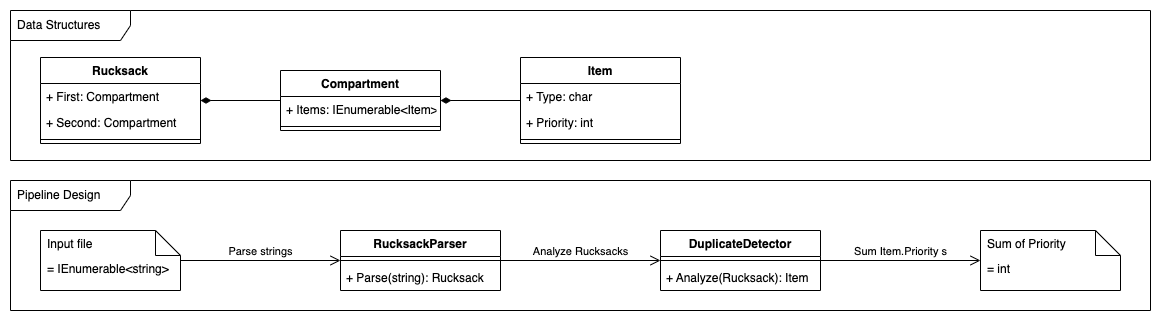
Earlier version of the draw.io export Day03RucksackReorganization/design.drawio.png (wonderbirds-katas/AdventOfCode2022). Source tidied: cells renumbered, new cells last; positions are measured from the earlier drawing's top-left corner, leaving out a move shared by most shapes. The source it was exported from:
```xml
<mxGraphModel>
  <root>
    <mxCell id="0" />
    <mxCell id="1" parent="0" />
    <mxCell id="2" style="rounded=0;whiteSpace=wrap;html=1;fillStyle=auto;strokeColor=none;" parent="1" vertex="1">
      <mxGeometry width="1160" height="320" as="geometry" />
    </mxCell>
    <mxCell id="3" value="Data Structures" style="shape=umlFrame;whiteSpace=wrap;html=1;width=120;height=30;boundedLbl=1;verticalAlign=middle;align=left;spacingLeft=5;fillStyle=auto;" parent="1" vertex="1">
      <mxGeometry x="10" y="10" width="1140" height="150" as="geometry" />
    </mxCell>
    <mxCell id="4" value="Rucksack" style="swimlane;fontStyle=1;align=center;verticalAlign=top;horizontal=1;startSize=26;" parent="1" vertex="1">
      <mxGeometry x="40" y="57" width="160" height="86" as="geometry" />
    </mxCell>
    <mxCell id="5" value="+ First: Compartment" style="text;strokeColor=none;fillColor=none;align=left;verticalAlign=top;spacingLeft=4;spacingRight=4;overflow=hidden;" parent="4" vertex="1">
      <mxGeometry y="26" width="160" height="26" as="geometry" />
    </mxCell>
    <mxCell id="6" value="+ Second: Compartment" style="text;strokeColor=none;fillColor=none;align=left;verticalAlign=top;spacingLeft=4;spacingRight=4;overflow=hidden;" parent="4" vertex="1">
      <mxGeometry y="52" width="160" height="26" as="geometry" />
    </mxCell>
    <mxCell id="7" style="line;strokeWidth=1;fillColor=none;align=left;verticalAlign=middle;spacingTop=-1;spacingLeft=3;spacingRight=3;labelPosition=right;strokeColor=inherit;" parent="4" vertex="1">
      <mxGeometry y="78" width="160" height="8" as="geometry" />
    </mxCell>
    <mxCell id="8" value="Compartment" style="swimlane;fontStyle=1;align=center;verticalAlign=top;horizontal=1;startSize=26;" parent="1" vertex="1">
      <mxGeometry x="280" y="70" width="160" height="60" as="geometry" />
    </mxCell>
    <mxCell id="9" value="+ Items: IEnumerable&lt;Item&gt;" style="text;strokeColor=none;fillColor=none;align=left;verticalAlign=top;spacingLeft=4;spacingRight=4;overflow=hidden;" parent="8" vertex="1">
      <mxGeometry y="26" width="160" height="26" as="geometry" />
    </mxCell>
    <mxCell id="10" style="line;strokeWidth=1;fillColor=none;align=left;verticalAlign=middle;spacingTop=-1;spacingLeft=3;spacingRight=3;labelPosition=right;strokeColor=inherit;" parent="8" vertex="1">
      <mxGeometry y="52" width="160" height="8" as="geometry" />
    </mxCell>
    <mxCell id="11" style="endArrow=none;startArrow=diamondThin;endFill=0;startFill=1;html=1;verticalAlign=bottom;labelBackgroundColor=none;strokeWidth=1;startSize=8;endSize=8;rounded=0;" parent="1" edge="1" source="4" target="8">
      <mxGeometry relative="1" as="geometry" />
    </mxCell>
    <mxCell id="12" value="Item" style="swimlane;fontStyle=1;align=center;verticalAlign=top;horizontal=1;startSize=26;" parent="1" vertex="1">
      <mxGeometry x="520" y="57" width="160" height="86" as="geometry" />
    </mxCell>
    <mxCell id="13" value="+ Type: char" style="text;strokeColor=none;fillColor=none;align=left;verticalAlign=top;spacingLeft=4;spacingRight=4;overflow=hidden;" parent="12" vertex="1">
      <mxGeometry y="26" width="160" height="26" as="geometry" />
    </mxCell>
    <mxCell id="14" value="+ Priority: int" style="text;strokeColor=none;fillColor=none;align=left;verticalAlign=top;spacingLeft=4;spacingRight=4;overflow=hidden;" parent="12" vertex="1">
      <mxGeometry y="52" width="160" height="26" as="geometry" />
    </mxCell>
    <mxCell id="15" style="line;strokeWidth=1;fillColor=none;align=left;verticalAlign=middle;spacingTop=-1;spacingLeft=3;spacingRight=3;labelPosition=right;strokeColor=inherit;" parent="12" vertex="1">
      <mxGeometry y="78" width="160" height="8" as="geometry" />
    </mxCell>
    <mxCell id="16" style="endArrow=none;startArrow=diamondThin;endFill=0;startFill=1;html=1;verticalAlign=bottom;labelBackgroundColor=none;strokeWidth=1;startSize=8;endSize=8;rounded=0;" parent="1" edge="1" source="8" target="12">
      <mxGeometry relative="1" as="geometry" />
    </mxCell>
    <mxCell id="17" value="RucksackParser" style="swimlane;fontStyle=1;align=center;verticalAlign=top;horizontal=1;startSize=26;" parent="1" vertex="1">
      <mxGeometry x="340" y="230" width="160" height="60" as="geometry" />
    </mxCell>
    <mxCell id="18" style="line;strokeWidth=1;fillColor=none;align=left;verticalAlign=middle;spacingTop=-1;spacingLeft=3;spacingRight=3;labelPosition=right;strokeColor=inherit;" parent="17" vertex="1">
      <mxGeometry y="26" width="160" height="8" as="geometry" />
    </mxCell>
    <mxCell id="19" value="+ Parse(string): Rucksack" style="text;strokeColor=none;fillColor=none;align=left;verticalAlign=top;spacingLeft=4;spacingRight=4;overflow=hidden;" parent="17" vertex="1">
      <mxGeometry y="34" width="160" height="26" as="geometry" />
    </mxCell>
    <mxCell id="20" value="= IEnumerable&amp;lt;string&amp;gt;" style="shape=note2;boundedLbl=1;whiteSpace=wrap;html=1;size=25;verticalAlign=top;align=left;spacingLeft=5;" parent="1" vertex="1">
      <mxGeometry x="40" y="230" width="140" height="60" as="geometry" />
    </mxCell>
    <mxCell id="21" value="Input file" style="strokeColor=none;fillColor=none;align=left;spacingLeft=5;" parent="20" vertex="1">
      <mxGeometry width="140" height="25" relative="1" as="geometry" />
    </mxCell>
    <mxCell id="22" value="Parse strings" style="endArrow=open;startArrow=none;endFill=0;startFill=0;endSize=8;html=1;verticalAlign=bottom;labelBackgroundColor=none;strokeWidth=1;rounded=0;" parent="1" edge="1" source="20" target="17">
      <mxGeometry relative="1" as="geometry" />
    </mxCell>
    <mxCell id="23" value="DuplicateDetector" style="swimlane;fontStyle=1;align=center;verticalAlign=top;horizontal=1;startSize=26;" parent="1" vertex="1">
      <mxGeometry x="660" y="230" width="160" height="60" as="geometry" />
    </mxCell>
    <mxCell id="24" style="line;strokeWidth=1;fillColor=none;align=left;verticalAlign=middle;spacingTop=-1;spacingLeft=3;spacingRight=3;labelPosition=right;strokeColor=inherit;" parent="23" vertex="1">
      <mxGeometry y="26" width="160" height="8" as="geometry" />
    </mxCell>
    <mxCell id="25" value="+ Analyze(Rucksack): Item" style="text;strokeColor=none;fillColor=none;align=left;verticalAlign=top;spacingLeft=4;spacingRight=4;overflow=hidden;" parent="23" vertex="1">
      <mxGeometry y="34" width="160" height="26" as="geometry" />
    </mxCell>
    <mxCell id="26" value="Analyze Rucksacks" style="endArrow=open;startArrow=none;endFill=0;startFill=0;endSize=8;html=1;verticalAlign=bottom;labelBackgroundColor=none;strokeWidth=1;rounded=0;" parent="1" edge="1" source="17" target="23">
      <mxGeometry relative="1" as="geometry" />
    </mxCell>
    <mxCell id="27" value="Sum Item.Priority s" style="endArrow=open;startArrow=none;endFill=0;startFill=0;endSize=8;html=1;verticalAlign=bottom;labelBackgroundColor=none;strokeWidth=1;rounded=0;" parent="1" edge="1" source="23" target="29">
      <mxGeometry relative="1" as="geometry" />
    </mxCell>
    <mxCell id="28" value="Pipeline Design" style="shape=umlFrame;whiteSpace=wrap;html=1;width=120;height=30;boundedLbl=1;verticalAlign=middle;align=left;spacingLeft=5;fillStyle=auto;" parent="1" vertex="1">
      <mxGeometry x="10" y="180" width="1140" height="130" as="geometry" />
    </mxCell>
    <mxCell id="29" value="= int" style="shape=note2;boundedLbl=1;whiteSpace=wrap;html=1;size=25;verticalAlign=top;align=left;spacingLeft=5;" parent="1" vertex="1">
      <mxGeometry x="980" y="230" width="140" height="60" as="geometry" />
    </mxCell>
    <mxCell id="30" value="Sum of Priority" style="strokeColor=none;fillColor=none;align=left;spacingLeft=5;" parent="29" vertex="1">
      <mxGeometry width="140" height="25" relative="1" as="geometry" />
    </mxCell>
  </root>
</mxGraphModel>
```
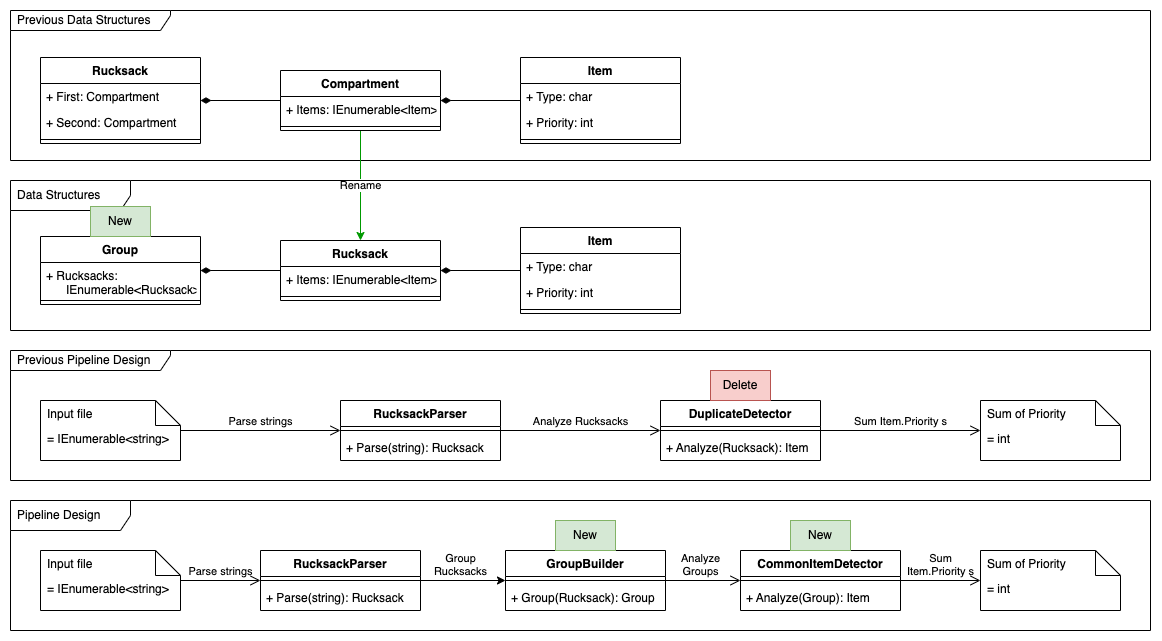
Later version of the same file.

Commit message:
docs: update design diagram

The edit, as a diff of the source:
```diff
@@ -3,11 +3,17 @@
     <mxCell id="0" />
     <mxCell id="1" parent="0" />
     <mxCell id="2" style="rounded=0;whiteSpace=wrap;html=1;fillStyle=auto;strokeColor=none;" parent="1" vertex="1">
-      <mxGeometry width="1160" height="320" as="geometry" />
+      <mxGeometry width="1160" height="640" as="geometry" />
     </mxCell>
-    <mxCell id="3" value="Data Structures" style="shape=umlFrame;whiteSpace=wrap;html=1;width=120;height=30;boundedLbl=1;verticalAlign=middle;align=left;spacingLeft=5;fillStyle=auto;" parent="1" vertex="1">
+    <mxCell id="3" value="Previous Data Structures" style="shape=umlFrame;whiteSpace=wrap;html=1;width=160;height=20;boundedLbl=1;verticalAlign=middle;align=left;spacingLeft=5;fillStyle=auto;" parent="1" vertex="1">
       <mxGeometry x="10" y="10" width="1140" height="150" as="geometry" />
     </mxCell>
+    <mxCell id="28" value="Previous Pipeline Design" style="shape=umlFrame;whiteSpace=wrap;html=1;width=160;height=20;boundedLbl=1;verticalAlign=middle;align=left;spacingLeft=5;fillStyle=auto;" parent="1" vertex="1">
+      <mxGeometry x="10" y="350" width="1140" height="130" as="geometry" />
+    </mxCell>
+    <mxCell id="31" value="Pipeline Design" style="shape=umlFrame;whiteSpace=wrap;html=1;width=120;height=30;boundedLbl=1;verticalAlign=middle;align=left;spacingLeft=5;fillStyle=auto;" parent="1" vertex="1">
+      <mxGeometry x="10" y="500" width="1140" height="130" as="geometry" />
+    </mxCell>
     <mxCell id="4" value="Rucksack" style="swimlane;fontStyle=1;align=center;verticalAlign=top;horizontal=1;startSize=26;" parent="1" vertex="1">
       <mxGeometry x="40" y="57" width="160" height="86" as="geometry" />
     </mxCell>
@@ -20,6 +26,9 @@
     <mxCell id="7" style="line;strokeWidth=1;fillColor=none;align=left;verticalAlign=middle;spacingTop=-1;spacingLeft=3;spacingRight=3;labelPosition=right;strokeColor=inherit;" parent="4" vertex="1">
       <mxGeometry y="78" width="160" height="8" as="geometry" />
     </mxCell>
+    <mxCell id="32" value="Rename" style="edgeStyle=none;rounded=0;jettySize=auto;html=1;strokeColor=#009900;" parent="1" edge="1" source="8" target="54">
+      <mxGeometry relative="1" as="geometry" />
+    </mxCell>
     <mxCell id="8" value="Compartment" style="swimlane;fontStyle=1;align=center;verticalAlign=top;horizontal=1;startSize=26;" parent="1" vertex="1">
       <mxGeometry x="280" y="70" width="160" height="60" as="geometry" />
     </mxCell>
@@ -48,7 +57,7 @@
       <mxGeometry relative="1" as="geometry" />
     </mxCell>
     <mxCell id="17" value="RucksackParser" style="swimlane;fontStyle=1;align=center;verticalAlign=top;horizontal=1;startSize=26;" parent="1" vertex="1">
-      <mxGeometry x="340" y="230" width="160" height="60" as="geometry" />
+      <mxGeometry x="340" y="400" width="160" height="60" as="geometry" />
     </mxCell>
     <mxCell id="18" style="line;strokeWidth=1;fillColor=none;align=left;verticalAlign=middle;spacingTop=-1;spacingLeft=3;spacingRight=3;labelPosition=right;strokeColor=inherit;" parent="17" vertex="1">
       <mxGeometry y="26" width="160" height="8" as="geometry" />
@@ -57,7 +66,7 @@
       <mxGeometry y="34" width="160" height="26" as="geometry" />
     </mxCell>
     <mxCell id="20" value="= IEnumerable&amp;lt;string&amp;gt;" style="shape=note2;boundedLbl=1;whiteSpace=wrap;html=1;size=25;verticalAlign=top;align=left;spacingLeft=5;" parent="1" vertex="1">
-      <mxGeometry x="40" y="230" width="140" height="60" as="geometry" />
+      <mxGeometry x="40" y="400" width="140" height="60" as="geometry" />
     </mxCell>
     <mxCell id="21" value="Input file" style="strokeColor=none;fillColor=none;align=left;spacingLeft=5;" parent="20" vertex="1">
       <mxGeometry width="140" height="25" relative="1" as="geometry" />
@@ -66,7 +75,7 @@
       <mxGeometry relative="1" as="geometry" />
     </mxCell>
     <mxCell id="23" value="DuplicateDetector" style="swimlane;fontStyle=1;align=center;verticalAlign=top;horizontal=1;startSize=26;" parent="1" vertex="1">
-      <mxGeometry x="660" y="230" width="160" height="60" as="geometry" />
+      <mxGeometry x="660" y="400" width="160" height="60" as="geometry" />
     </mxCell>
     <mxCell id="24" style="line;strokeWidth=1;fillColor=none;align=left;verticalAlign=middle;spacingTop=-1;spacingLeft=3;spacingRight=3;labelPosition=right;strokeColor=inherit;" parent="23" vertex="1">
       <mxGeometry y="26" width="160" height="8" as="geometry" />
@@ -80,14 +89,113 @@
     <mxCell id="27" value="Sum Item.Priority s" style="endArrow=open;startArrow=none;endFill=0;startFill=0;endSize=8;html=1;verticalAlign=bottom;labelBackgroundColor=none;strokeWidth=1;rounded=0;" parent="1" edge="1" source="23" target="29">
       <mxGeometry relative="1" as="geometry" />
     </mxCell>
-    <mxCell id="28" value="Pipeline Design" style="shape=umlFrame;whiteSpace=wrap;html=1;width=120;height=30;boundedLbl=1;verticalAlign=middle;align=left;spacingLeft=5;fillStyle=auto;" parent="1" vertex="1">
-      <mxGeometry x="10" y="180" width="1140" height="130" as="geometry" />
-    </mxCell>
     <mxCell id="29" value="= int" style="shape=note2;boundedLbl=1;whiteSpace=wrap;html=1;size=25;verticalAlign=top;align=left;spacingLeft=5;" parent="1" vertex="1">
-      <mxGeometry x="980" y="230" width="140" height="60" as="geometry" />
+      <mxGeometry x="980" y="400" width="140" height="60" as="geometry" />
     </mxCell>
     <mxCell id="30" value="Sum of Priority" style="strokeColor=none;fillColor=none;align=left;spacingLeft=5;" parent="29" vertex="1">
       <mxGeometry width="140" height="25" relative="1" as="geometry" />
     </mxCell>
+    <mxCell id="33" value="Group&lt;br&gt;Rucksacks" style="rounded=0;jettySize=auto;html=1;verticalAlign=bottom;" parent="1" edge="1" source="34" target="47">
+      <mxGeometry x="-0.06" relative="1" as="geometry" />
+    </mxCell>
+    <mxCell id="34" value="RucksackParser" style="swimlane;fontStyle=1;align=center;verticalAlign=top;horizontal=1;startSize=26;" parent="1" vertex="1">
+      <mxGeometry x="260" y="550" width="160" height="60" as="geometry" />
+    </mxCell>
+    <mxCell id="35" style="line;strokeWidth=1;fillColor=none;align=left;verticalAlign=middle;spacingTop=-1;spacingLeft=3;spacingRight=3;labelPosition=right;strokeColor=inherit;" parent="34" vertex="1">
+      <mxGeometry y="26" width="160" height="8" as="geometry" />
+    </mxCell>
+    <mxCell id="36" value="+ Parse(string): Rucksack" style="text;strokeColor=none;fillColor=none;align=left;verticalAlign=top;spacingLeft=4;spacingRight=4;overflow=hidden;" parent="34" vertex="1">
+      <mxGeometry y="34" width="160" height="26" as="geometry" />
+    </mxCell>
+    <mxCell id="37" value="= IEnumerable&amp;lt;string&amp;gt;" style="shape=note2;boundedLbl=1;whiteSpace=wrap;html=1;size=25;verticalAlign=top;align=left;spacingLeft=5;" parent="1" vertex="1">
+      <mxGeometry x="40" y="550" width="140" height="60" as="geometry" />
+    </mxCell>
+    <mxCell id="38" value="Input file" style="strokeColor=none;fillColor=none;align=left;spacingLeft=5;" parent="37" vertex="1">
+      <mxGeometry width="140" height="25" relative="1" as="geometry" />
+    </mxCell>
+    <mxCell id="39" value="Parse strings" style="endArrow=open;startArrow=none;endFill=0;startFill=0;endSize=8;html=1;verticalAlign=bottom;labelBackgroundColor=none;strokeWidth=1;rounded=0;" parent="1" edge="1" source="37" target="34">
+      <mxGeometry relative="1" as="geometry" />
+    </mxCell>
+    <mxCell id="40" value="CommonItemDetector" style="swimlane;fontStyle=1;align=center;verticalAlign=top;horizontal=1;startSize=26;" parent="1" vertex="1">
+      <mxGeometry x="740" y="550" width="160" height="60" as="geometry" />
+    </mxCell>
+    <mxCell id="41" style="line;strokeWidth=1;fillColor=none;align=left;verticalAlign=middle;spacingTop=-1;spacingLeft=3;spacingRight=3;labelPosition=right;strokeColor=inherit;" parent="40" vertex="1">
+      <mxGeometry y="26" width="160" height="8" as="geometry" />
+    </mxCell>
+    <mxCell id="42" value="+ Analyze(Group): Item" style="text;strokeColor=none;fillColor=none;align=left;verticalAlign=top;spacingLeft=4;spacingRight=4;overflow=hidden;" parent="40" vertex="1">
+      <mxGeometry y="34" width="160" height="26" as="geometry" />
+    </mxCell>
+    <mxCell id="43" value="Analyze&lt;br&gt;Groups" style="endArrow=open;startArrow=none;endFill=0;startFill=0;endSize=8;html=1;verticalAlign=bottom;labelBackgroundColor=none;strokeWidth=1;rounded=0;" parent="1" edge="1" source="47" target="40">
+      <mxGeometry x="-0.07" relative="1" as="geometry" />
+    </mxCell>
+    <mxCell id="44" value="Sum&lt;br&gt;Item.Priority s" style="endArrow=open;startArrow=none;endFill=0;startFill=0;endSize=8;html=1;verticalAlign=bottom;labelBackgroundColor=none;strokeWidth=1;rounded=0;" parent="1" edge="1" source="40" target="45">
+      <mxGeometry relative="1" as="geometry" />
+    </mxCell>
+    <mxCell id="45" value="= int" style="shape=note2;boundedLbl=1;whiteSpace=wrap;html=1;size=25;verticalAlign=top;align=left;spacingLeft=5;" parent="1" vertex="1">
+      <mxGeometry x="980" y="550" width="140" height="60" as="geometry" />
+    </mxCell>
+    <mxCell id="46" value="Sum of Priority" style="strokeColor=none;fillColor=none;align=left;spacingLeft=5;" parent="45" vertex="1">
+      <mxGeometry width="140" height="25" relative="1" as="geometry" />
+    </mxCell>
+    <mxCell id="47" value="GroupBuilder" style="swimlane;fontStyle=1;align=center;verticalAlign=top;horizontal=1;startSize=26;" parent="1" vertex="1">
+      <mxGeometry x="505" y="550" width="160" height="60" as="geometry" />
+    </mxCell>
+    <mxCell id="48" style="line;strokeWidth=1;fillColor=none;align=left;verticalAlign=middle;spacingTop=-1;spacingLeft=3;spacingRight=3;labelPosition=right;strokeColor=inherit;" parent="47" vertex="1">
+      <mxGeometry y="26" width="160" height="8" as="geometry" />
+    </mxCell>
+    <mxCell id="49" value="+ Group(Rucksack): Group" style="text;strokeColor=none;fillColor=none;align=left;verticalAlign=top;spacingLeft=4;spacingRight=4;overflow=hidden;" parent="47" vertex="1">
+      <mxGeometry y="34" width="160" height="26" as="geometry" />
+    </mxCell>
+    <mxCell id="50" value="Data Structures" style="shape=umlFrame;whiteSpace=wrap;html=1;width=120;height=30;boundedLbl=1;verticalAlign=middle;align=left;spacingLeft=5;fillStyle=auto;" parent="1" vertex="1">
+      <mxGeometry x="10" y="180" width="1140" height="150" as="geometry" />
+    </mxCell>
+    <mxCell id="51" value="Group" style="swimlane;fontStyle=1;align=center;verticalAlign=top;horizontal=1;startSize=26;" parent="1" vertex="1">
+      <mxGeometry x="40" y="236" width="160" height="68" as="geometry" />
+    </mxCell>
+    <mxCell id="52" value="+ Rucksacks:&#10;      IEnumerable&lt;Rucksack&gt;" style="text;strokeColor=none;fillColor=none;align=left;verticalAlign=top;spacingLeft=4;spacingRight=4;overflow=hidden;" parent="51" vertex="1">
+      <mxGeometry y="26" width="160" height="34" as="geometry" />
+    </mxCell>
+    <mxCell id="53" style="line;strokeWidth=1;fillColor=none;align=left;verticalAlign=middle;spacingTop=-1;spacingLeft=3;spacingRight=3;labelPosition=right;strokeColor=inherit;" parent="51" vertex="1">
+      <mxGeometry y="60" width="160" height="8" as="geometry" />
+    </mxCell>
+    <mxCell id="54" value="Rucksack" style="swimlane;fontStyle=1;align=center;verticalAlign=top;horizontal=1;startSize=26;" parent="1" vertex="1">
+      <mxGeometry x="280" y="240" width="160" height="60" as="geometry" />
+    </mxCell>
+    <mxCell id="55" value="+ Items: IEnumerable&lt;Item&gt;" style="text;strokeColor=none;fillColor=none;align=left;verticalAlign=top;spacingLeft=4;spacingRight=4;overflow=hidden;" parent="54" vertex="1">
+      <mxGeometry y="26" width="160" height="26" as="geometry" />
+    </mxCell>
+    <mxCell id="56" style="line;strokeWidth=1;fillColor=none;align=left;verticalAlign=middle;spacingTop=-1;spacingLeft=3;spacingRight=3;labelPosition=right;strokeColor=inherit;" parent="54" vertex="1">
+      <mxGeometry y="52" width="160" height="8" as="geometry" />
+    </mxCell>
+    <mxCell id="57" style="endArrow=none;startArrow=diamondThin;endFill=0;startFill=1;html=1;verticalAlign=bottom;labelBackgroundColor=none;strokeWidth=1;startSize=8;endSize=8;rounded=0;" parent="1" edge="1" source="51" target="54">
+      <mxGeometry relative="1" as="geometry" />
+    </mxCell>
+    <mxCell id="58" value="Item" style="swimlane;fontStyle=1;align=center;verticalAlign=top;horizontal=1;startSize=26;" parent="1" vertex="1">
+      <mxGeometry x="520" y="227" width="160" height="86" as="geometry" />
+    </mxCell>
+    <mxCell id="59" value="+ Type: char" style="text;strokeColor=none;fillColor=none;align=left;verticalAlign=top;spacingLeft=4;spacingRight=4;overflow=hidden;" parent="58" vertex="1">
+      <mxGeometry y="26" width="160" height="26" as="geometry" />
+    </mxCell>
+    <mxCell id="60" value="+ Priority: int" style="text;strokeColor=none;fillColor=none;align=left;verticalAlign=top;spacingLeft=4;spacingRight=4;overflow=hidden;" parent="58" vertex="1">
+      <mxGeometry y="52" width="160" height="26" as="geometry" />
+    </mxCell>
+    <mxCell id="61" style="line;strokeWidth=1;fillColor=none;align=left;verticalAlign=middle;spacingTop=-1;spacingLeft=3;spacingRight=3;labelPosition=right;strokeColor=inherit;" parent="58" vertex="1">
+      <mxGeometry y="78" width="160" height="8" as="geometry" />
+    </mxCell>
+    <mxCell id="62" style="endArrow=none;startArrow=diamondThin;endFill=0;startFill=1;html=1;verticalAlign=bottom;labelBackgroundColor=none;strokeWidth=1;startSize=8;endSize=8;rounded=0;" parent="1" edge="1" source="54" target="58">
+      <mxGeometry relative="1" as="geometry" />
+    </mxCell>
+    <mxCell id="63" value="Delete" style="text;html=1;strokeColor=#b85450;fillColor=#f8cecc;align=center;verticalAlign=middle;whiteSpace=wrap;rounded=0;" parent="1" vertex="1">
+      <mxGeometry x="710" y="370" width="60" height="30" as="geometry" />
+    </mxCell>
+    <mxCell id="64" value="New" style="text;html=1;strokeColor=#82b366;fillColor=#d5e8d4;align=center;verticalAlign=middle;whiteSpace=wrap;rounded=0;" parent="1" vertex="1">
+      <mxGeometry x="555" y="520" width="60" height="30" as="geometry" />
+    </mxCell>
+    <mxCell id="65" value="New" style="text;html=1;strokeColor=#82b366;fillColor=#d5e8d4;align=center;verticalAlign=middle;whiteSpace=wrap;rounded=0;" parent="1" vertex="1">
+      <mxGeometry x="790" y="520" width="60" height="30" as="geometry" />
+    </mxCell>
+    <mxCell id="66" value="New" style="text;html=1;strokeColor=#82b366;fillColor=#d5e8d4;align=center;verticalAlign=middle;whiteSpace=wrap;rounded=0;" parent="1" vertex="1">
+      <mxGeometry x="90" y="206" width="60" height="30" as="geometry" />
+    </mxCell>
   </root>
 </mxGraphModel>
```
